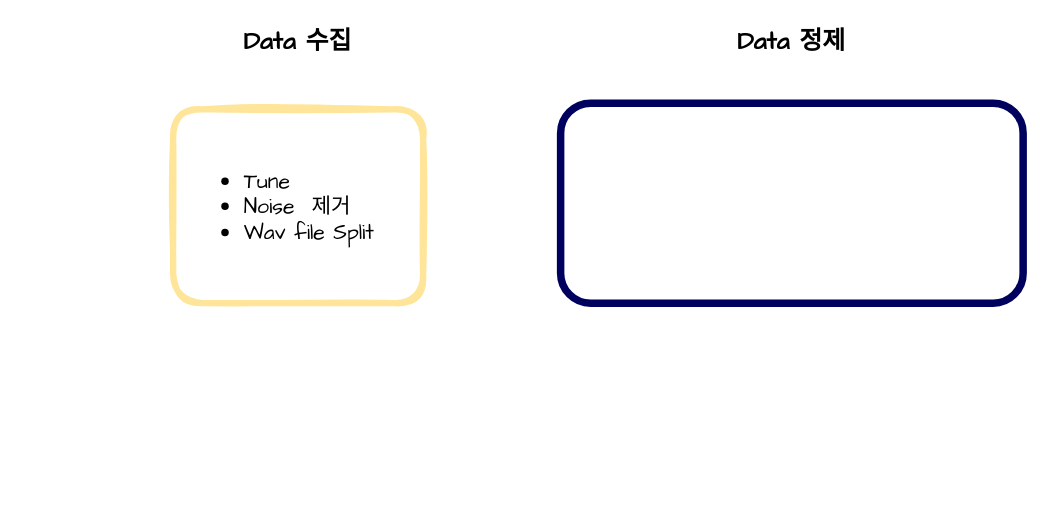
Before: Untitled Diagram.drawio in nyjinnn/images, a draw.io diagram. Source tidied: cells renumbered, new cells numbered last; positions are measured from the earlier drawing's top-left corner, leaving out a move shared by most shapes. Both pictures are drawn from the tidied source at 125%, with x=0, y=0 at pixel (172, 21).
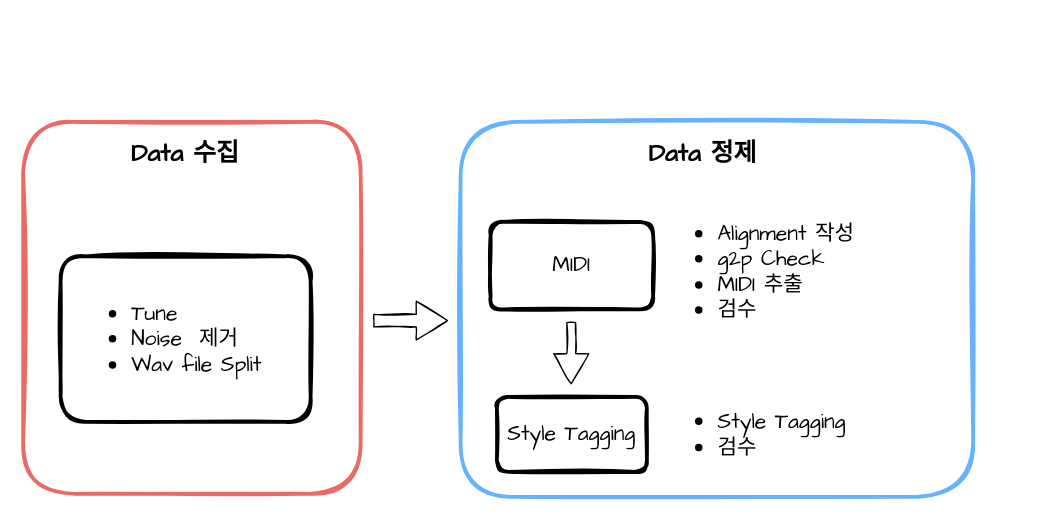
After the change.

The edit, as a diff of the source:
```diff
@@
 <mxGraphModel>
   <root>
     <mxCell id="0" />
     <mxCell id="1" parent="0" />
+    <mxCell id="7" style="rounded=1;whiteSpace=wrap;html=1;shadow=0;glass=0;sketch=1;fontFamily=Comic Sans MS;fontSize=17;strokeWidth=3;strokeColor=#66B2FF;" parent="1" vertex="1">
+      <mxGeometry x="230" y="80" width="410" height="300" as="geometry" />
+    </mxCell>
+    <mxCell id="8" style="rounded=1;whiteSpace=wrap;html=1;shadow=0;glass=0;sketch=1;fontFamily=Comic Sans MS;fontSize=17;strokeWidth=3;strokeColor=#EA6B66;" parent="1" vertex="1">
+      <mxGeometry x="-120" y="80" width="270" height="297.5" as="geometry" />
+    </mxCell>
-    <mxCell id="2" style="rounded=1;whiteSpace=wrap;html=1;strokeColor=#FFE599;strokeWidth=5;gradientColor=none;shadow=0;glass=0;sketch=1;perimeterSpacing=0;" parent="1" vertex="1">
-      <mxGeometry y="70" width="200" height="155" as="geometry" />
+    <mxCell id="2" style="rounded=1;whiteSpace=wrap;html=1;strokeColor=#000000;strokeWidth=3;gradientColor=none;shadow=0;glass=0;sketch=1;perimeterSpacing=0;" parent="1" vertex="1">
+      <mxGeometry x="-90" y="187.5" width="200" height="132.5" as="geometry" />
     </mxCell>
-    <mxCell id="3" style="rounded=1;whiteSpace=wrap;html=1;strokeColor=#00005E;strokeWidth=6;" parent="1" vertex="1">
-      <mxGeometry x="310" y="65" width="370" height="160" as="geometry" />
-    </mxCell>
     <mxCell id="4" value="Data 수집" style="text;html=1;strokeColor=none;fillColor=none;align=center;verticalAlign=middle;whiteSpace=wrap;rounded=0;fontStyle=1;fontSize=20;fontFamily=Comic Sans MS;" parent="1" vertex="1">
-      <mxGeometry x="50" width="100" height="30" as="geometry" />
+      <mxGeometry x="-40" y="90" width="100" height="30" as="geometry" />
     </mxCell>
     <mxCell id="5" value="&lt;ul style=&quot;font-size: 17px;&quot;&gt;&lt;li style=&quot;font-size: 17px;&quot;&gt;Tune&lt;/li&gt;&lt;li style=&quot;font-size: 17px;&quot;&gt;Noise&amp;nbsp; 제거&lt;/li&gt;&lt;li style=&quot;font-size: 17px;&quot;&gt;Wav file Split&lt;/li&gt;&lt;/ul&gt;" style="text;html=1;strokeColor=none;fillColor=none;align=left;verticalAlign=middle;whiteSpace=wrap;rounded=0;shadow=0;glass=0;sketch=1;fontFamily=Comic Sans MS;fontSize=17;" parent="1" vertex="1">
-      <mxGeometry x="15" y="82.5" width="170" height="130" as="geometry" />
+      <mxGeometry x="-75" y="203.8" width="170" height="100" as="geometry" />
     </mxCell>
     <mxCell id="6" value="Data 정제" style="text;html=1;strokeColor=none;fillColor=none;align=center;verticalAlign=middle;whiteSpace=wrap;rounded=0;fontStyle=1;fontSize=20;fontFamily=Comic Sans MS;" parent="1" vertex="1">
-      <mxGeometry x="445" width="100" height="30" as="geometry" />
+      <mxGeometry x="374" y="90" width="100" height="30" as="geometry" />
     </mxCell>
+    <mxCell id="9" value="MIDI" style="rounded=1;whiteSpace=wrap;html=1;shadow=0;glass=0;sketch=1;fontFamily=Comic Sans MS;fontSize=17;strokeColor=#000000;strokeWidth=3;fillColor=#FFFFFF;gradientColor=none;" parent="1" vertex="1">
+      <mxGeometry x="254" y="160" width="130" height="70" as="geometry" />
+    </mxCell>
+    <mxCell id="10" value="Style Tagging" style="rounded=1;whiteSpace=wrap;html=1;shadow=0;glass=0;sketch=1;fontFamily=Comic Sans MS;fontSize=17;strokeColor=#000000;strokeWidth=3;fillColor=#FFFFFF;gradientColor=none;" parent="1" vertex="1">
+      <mxGeometry x="259" y="300" width="120" height="60" as="geometry" />
+    </mxCell>
+    <mxCell id="11" value="&lt;ul style=&quot;font-size: 17px&quot;&gt;&lt;li style=&quot;font-size: 17px&quot;&gt;Alignment 작성&lt;/li&gt;&lt;li style=&quot;font-size: 17px&quot;&gt;g2p Check&lt;/li&gt;&lt;li style=&quot;font-size: 17px&quot;&gt;MIDI 추출&lt;/li&gt;&lt;li style=&quot;font-size: 17px&quot;&gt;검수&lt;/li&gt;&lt;/ul&gt;" style="text;html=1;strokeColor=none;fillColor=none;align=left;verticalAlign=middle;whiteSpace=wrap;rounded=0;shadow=0;glass=0;sketch=1;fontFamily=Comic Sans MS;fontSize=17;" parent="1" vertex="1">
+      <mxGeometry x="394" y="160" width="230" height="80" as="geometry" />
+    </mxCell>
+    <mxCell id="12" value="&lt;ul style=&quot;font-size: 17px&quot;&gt;&lt;li style=&quot;font-size: 17px&quot;&gt;Style Tagging&lt;/li&gt;&lt;li style=&quot;font-size: 17px&quot;&gt;검수&lt;/li&gt;&lt;/ul&gt;" style="text;html=1;strokeColor=none;fillColor=none;align=left;verticalAlign=middle;whiteSpace=wrap;rounded=0;shadow=0;glass=0;sketch=1;fontFamily=Comic Sans MS;fontSize=17;" parent="1" vertex="1">
+      <mxGeometry x="394" y="305" width="190" height="50" as="geometry" />
+    </mxCell>
+    <mxCell id="13" style="shape=flexArrow;endArrow=classic;html=1;rounded=1;sketch=1;fontFamily=Comic Sans MS;fontSize=17;startSize=2;endSize=8;" parent="1" edge="1">
+      <mxGeometry relative="1" as="geometry">
+        <mxPoint x="160" y="239" as="sourcePoint" />
+        <mxPoint x="220" y="239" as="targetPoint" />
+      </mxGeometry>
+    </mxCell>
+    <mxCell id="14" style="shape=flexArrow;endArrow=classic;html=1;rounded=1;sketch=1;fontFamily=Comic Sans MS;fontSize=17;startSize=2;endSize=7.67;width=7;" parent="1" edge="1">
+      <mxGeometry relative="1" as="geometry">
+        <mxPoint x="318.5" y="240" as="sourcePoint" />
+        <mxPoint x="318.5" y="290" as="targetPoint" />
+      </mxGeometry>
+    </mxCell>
   </root>
 </mxGraphModel>
```
